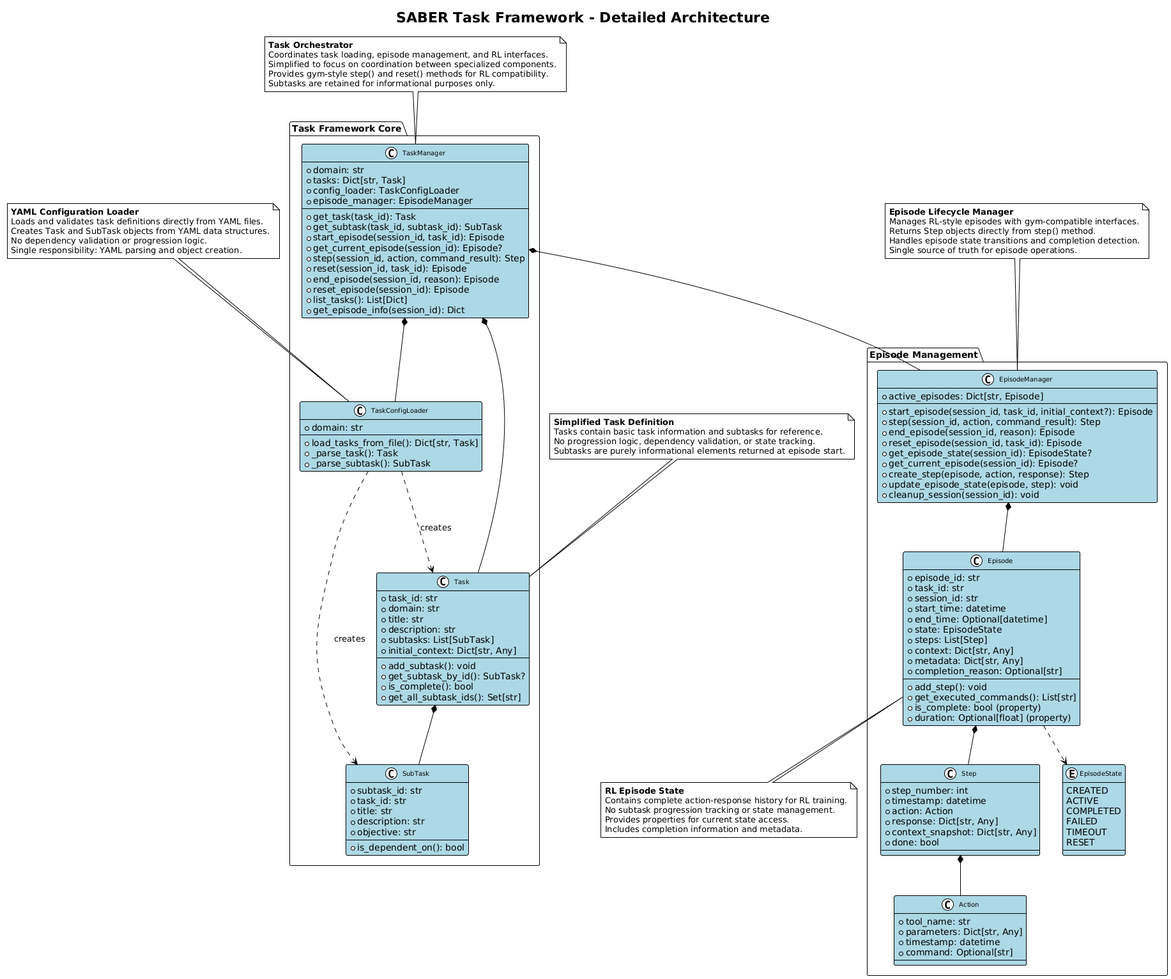
Earlier version of the PlantUML export docs/assets/SABER Task Framework Architecture - Detailed.png (microsoft/ACES).
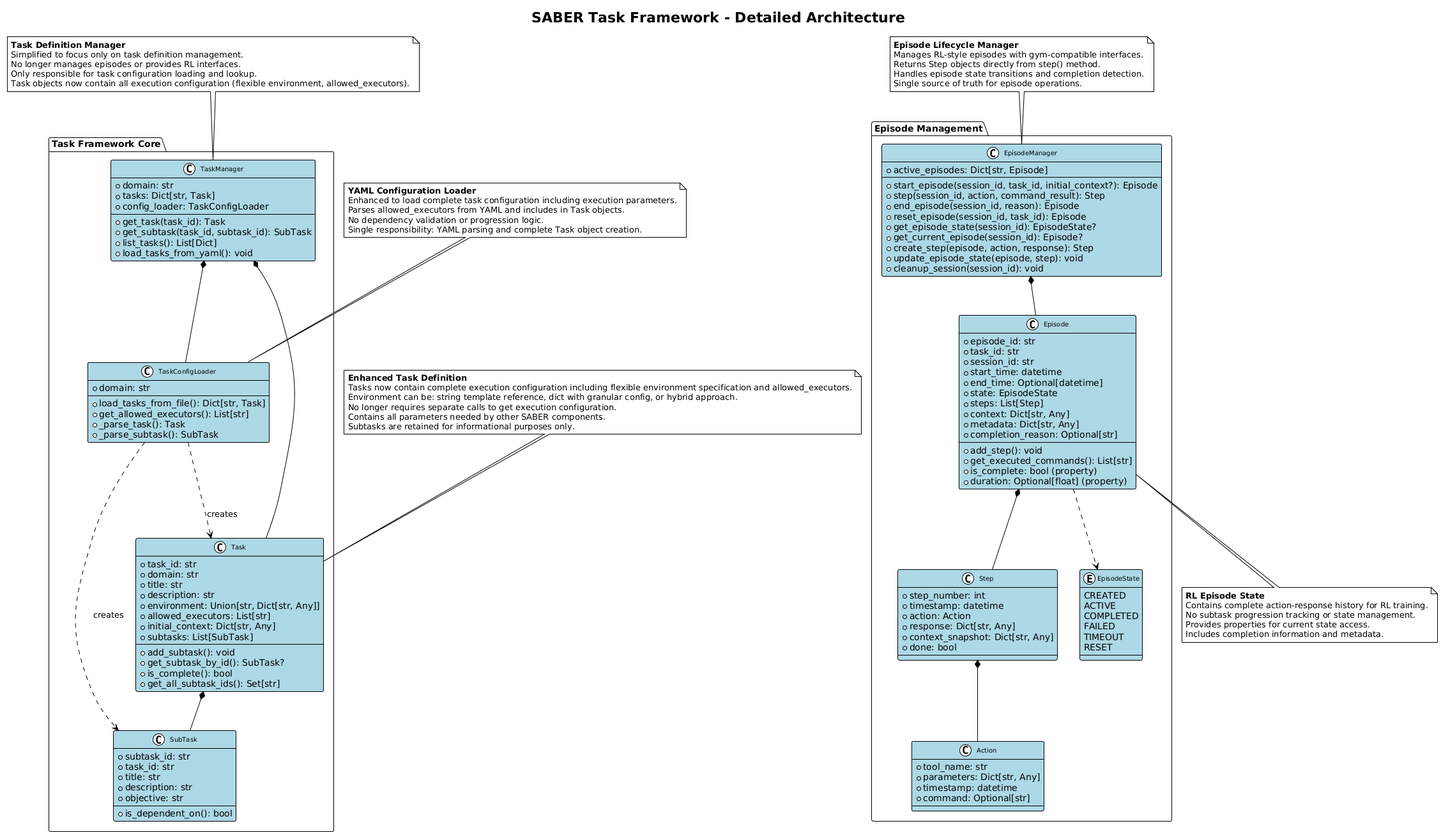
Above is the later version.

What changed in the source:
```diff
@@ -16,24 +16,18 @@
         +domain: str
         +tasks: Dict[str, Task]
         +config_loader: TaskConfigLoader
-        +episode_manager: EpisodeManager
         --
         +get_task(task_id): Task
         +get_subtask(task_id, subtask_id): SubTask
-        +start_episode(session_id, task_id): Episode
-        +get_current_episode(session_id): Episode?
-        +step(session_id, action, command_result): Step
-        +reset(session_id, task_id): Episode
-        +end_episode(session_id, reason): Episode
-        +reset_episode(session_id): Episode
         +list_tasks(): List[Dict]
-        +get_episode_info(session_id): Dict
+        +load_tasks_from_yaml(): void
     }
 
     class TaskConfigLoader {
         +domain: str
         --
         +load_tasks_from_file(): Dict[str, Task]
+        +get_allowed_executors(): List[str]
         +_parse_task(): Task
         +_parse_subtask(): SubTask
     }
@@ -43,8 +37,10 @@
         +domain: str
         +title: str
         +description: str
+        +environment: Union[str, Dict[str, Any]]
+        +allowed_executors: List[str]
+        +initial_context: Dict[str, Any]
         +subtasks: List[SubTask]
-        +initial_context: Dict[str, Any]
         --
         +add_subtask(): void
         +get_subtask_by_id(): SubTask?
@@ -124,7 +120,6 @@
 }
 
 TaskManager *-- TaskConfigLoader
-TaskManager *-- EpisodeManager
 TaskManager *-- Task
 
 TaskConfigLoader ..> Task : creates
@@ -138,18 +133,20 @@
 Episode ..> EpisodeState
 
 note top of TaskManager
-**Task Orchestrator**
-Coordinates task loading, episode management, and RL interfaces.
-Simplified to focus on coordination between specialized components.
-Provides gym-style step() and reset() methods for RL compatibility.
-Subtasks are retained for informational purposes only.
+**Task Definition Manager**
+Simplified to focus only on task definition management.
+No longer manages episodes or provides RL interfaces.
+Only responsible for task configuration loading and lookup.
+Task objects now contain all execution configuration (flexible environment, allowed_executors).
 end note
 
 note top of Task
-**Simplified Task Definition**
-Tasks contain basic task information and subtasks for reference.
-No progression logic, dependency validation, or state tracking.
-Subtasks are purely informational elements returned at episode start.
+**Enhanced Task Definition**
+Tasks now contain complete execution configuration including flexible environment specification and allowed_executors.
+Environment can be: string template reference, dict with granular config, or hybrid approach.
+No longer requires separate calls to get execution configuration.
+Contains all parameters needed by other SABER components.
+Subtasks are retained for informational purposes only.
 end note
 
 note top of EpisodeManager
@@ -162,10 +159,10 @@
 
 note top of TaskConfigLoader
 **YAML Configuration Loader**
-Loads and validates task definitions directly from YAML files.
-Creates Task and SubTask objects from YAML data structures.
+Enhanced to load complete task configuration including execution parameters.
+Parses allowed_executors from YAML and includes in Task objects.
 No dependency validation or progression logic.
-Single responsibility: YAML parsing and object creation.
+Single responsibility: YAML parsing and complete Task object creation.
 end note
 
 note bottom of Episode
```
